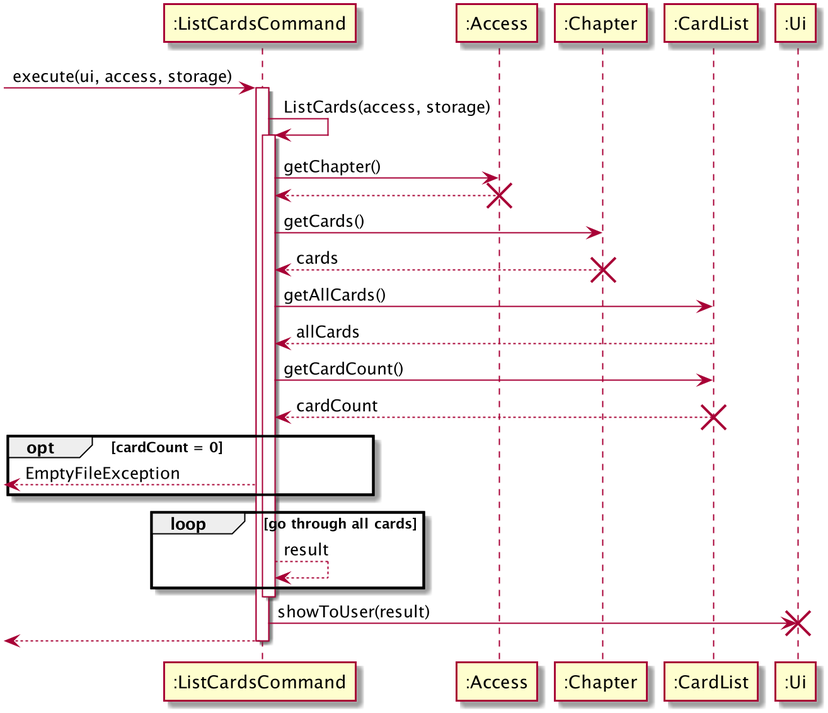
The PlantUML diagram docs/UML/listcard_seq_diagram.png in nus-cs2113-AY2021S1/tp, before a commit.
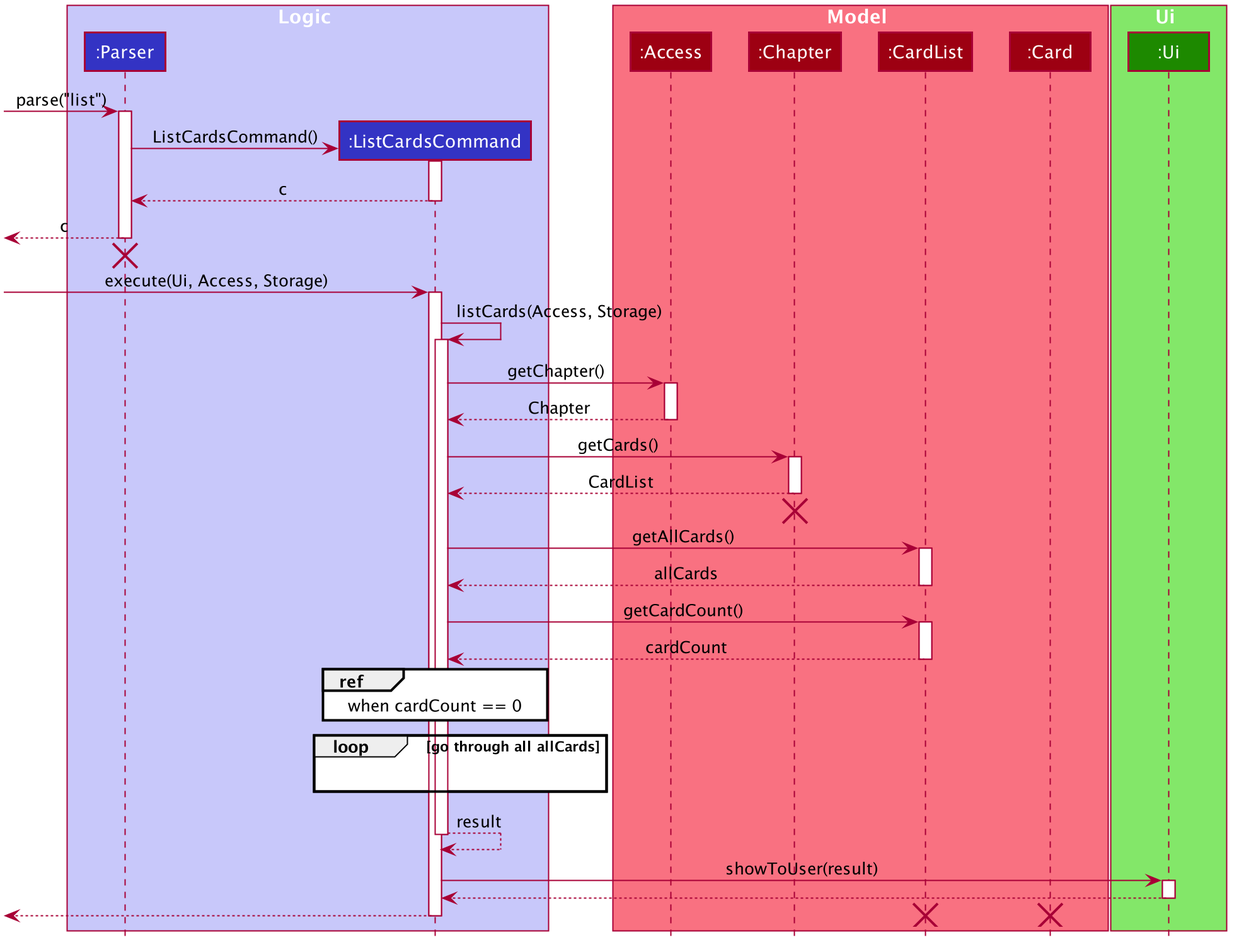
Above is the later version.

Change to the diagram source:
```diff
@@ -1,28 +1,137 @@
 @startuml
--> ":ListCardsCommand" : execute(ui, access, storage)
-activate ":ListCardsCommand"
-":ListCardsCommand" -> ":ListCardsCommand" : ListCards(access, storage)
-activate ":ListCardsCommand"
-":ListCardsCommand" -> ":Access" : getChapter()
-":ListCardsCommand" <-- ":Access"
-destroy ":Access"
-":ListCardsCommand" -> ":Chapter" : getCards()
-":ListCardsCommand" <-- ":Chapter" : cards
-destroy ":Chapter"
-":ListCardsCommand" -> ":CardList" : getAllCards()
-":ListCardsCommand" <-- ":CardList" : allCards
-":ListCardsCommand" -> ":CardList" : getCardCount()
-":ListCardsCommand" <-- ":CardList" : cardCount
-destroy ":CardList"
-opt cardCount = 0
-    <-- ":ListCardsCommand" : EmptyFileException
+
+
+
+
+
+
+
+
+skinparam BackgroundColor #FFFFFFF
+
+skinparam Shadowing false
+
+skinparam Class {
+    FontColor #FFFFFF
+    BorderThickness 1
+    BorderColor #FFFFFF
+    StereotypeFontColor #FFFFFF
+    FontName Arial
+}
+
+skinparam Actor {
+    BorderColor #000000
+    Color #000000
+    FontName Arial
+}
+
+skinparam Sequence {
+    MessageAlign center
+    BoxFontSize 15
+    BoxPadding 0
+    BoxFontColor #FFFFFF
+    FontName Arial
+}
+
+skinparam Participant {
+    FontColor #FFFFFFF
+    Padding 20
+}
+
+skinparam MinClassWidth 50
+skinparam ParticipantPadding 10
+skinparam Shadowing false
+skinparam DefaultTextAlignment center
+skinparam packageStyle Rectangle
+
+hide footbox
+hide members
+hide circle
+
+box Logic #C8C8FA
+participant ":Parser" as Parser #3333C4
+participant ":ListCardsCommand" as ListCardsCommand #3333C4
+end box
+
+box Model #F97181
+participant ":Access" as Access #9D0012
+participant ":Chapter" as Chapter #9D0012
+participant ":CardList" as CardList #9D0012
+participant ":Card" as Card #9D0012
+end box
+
+box Ui #83E769
+participant ":Ui" as Ui #1D8900
+end box
+
+[-> Parser : parse("list")
+activate Parser
+
+create ListCardsCommand
+Parser -> ListCardsCommand : ListCardsCommand()
+activate ListCardsCommand
+
+ListCardsCommand --> Parser : c
+deactivate ListCardsCommand
+
+[<-- Parser : c
+deactivate Parser
+[<-[hidden]- Parser
+destroy Parser
+
+[-> ListCardsCommand : execute(Ui, Access, Storage)
+activate ListCardsCommand
+
+ListCardsCommand -> ListCardsCommand : listCards(Access, Storage)
+activate ListCardsCommand
+
+ListCardsCommand -> Access : getChapter()
+activate Access
+
+Access --> ListCardsCommand : Chapter
+deactivate Access
+
+ListCardsCommand -> Chapter : getCards()
+activate Chapter
+
+Chapter--> ListCardsCommand : CardList
+deactivate Chapter
+[<-[hidden]- ListCardsCommand
+destroy Chapter
+
+ListCardsCommand -> CardList : getAllCards()
+activate CardList
+
+CardList --> ListCardsCommand : allCards
+deactivate CardList
+
+ListCardsCommand -> CardList : getCardCount()
+activate CardList
+
+CardList --> ListCardsCommand : cardCount
+deactivate CardList
+
+ref over ListCardsCommand
+when cardCount == 0
 end
-loop go through all cards
-":ListCardsCommand" --> ":ListCardsCommand" : result
+
+loop go through all allCards
+ListCardsCommand -[hidden]-> ListCardsCommand
 end
-deactivate ":ListCardsCommand"
-":ListCardsCommand" -> ":Ui" : showToUser(result)
-destroy ":Ui"
-<-- ":ListCardsCommand"
-deactivate ":ListCardsCommand"
+
+activate ListCardsCommand
+ListCardsCommand --> ListCardsCommand : result
+deactivate ListCardsCommand
+
+ListCardsCommand -> Ui : showToUser(result)
+activate Ui
+
+Ui --> ListCardsCommand
+deactivate Ui
+
+[<-- ListCardsCommand
+deactivate ListCardsCommand
+
+destroy CardList
+destroy Card
 @enduml
```
